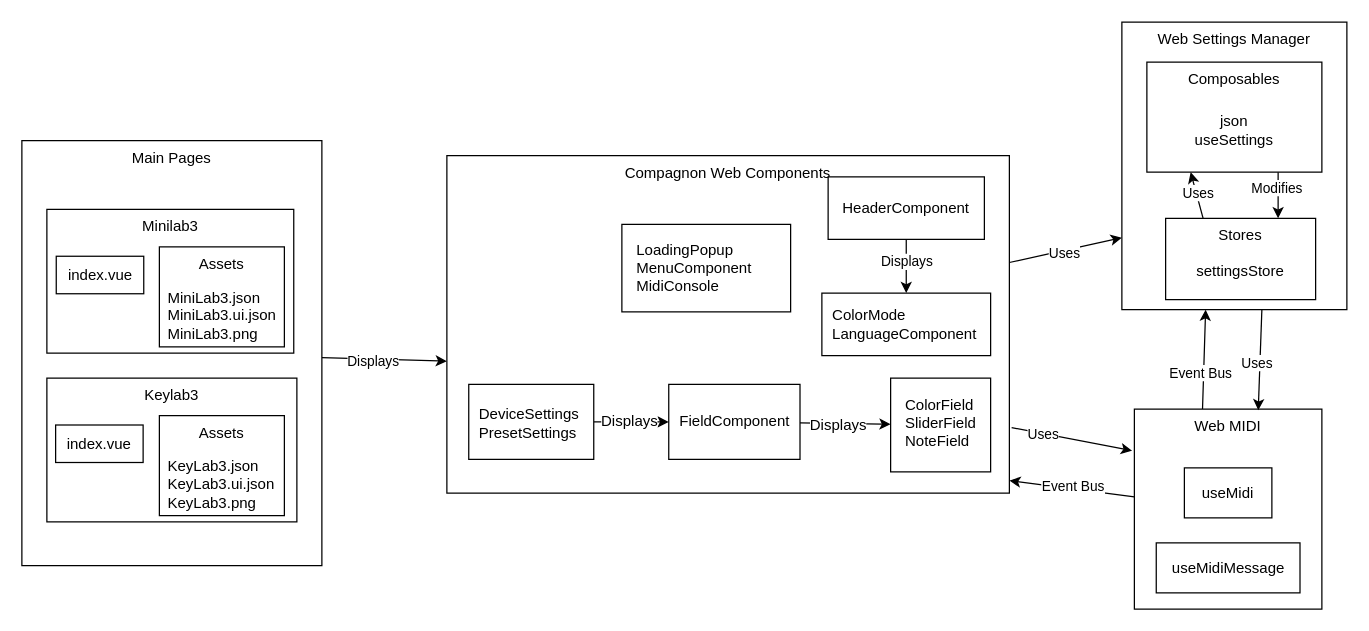
The draw.io diagram drawio/mcc copy 3.drawio in ThomasColin1/rapport_pfe, before the edit. Source tidied: cells renumbered, new cells numbered last; positions are measured from the earlier drawing's top-left corner, leaving out a move shared by most shapes. Both pictures are drawn from the tidied source at 125%, with x=0, y=0 at pixel (21, 21).
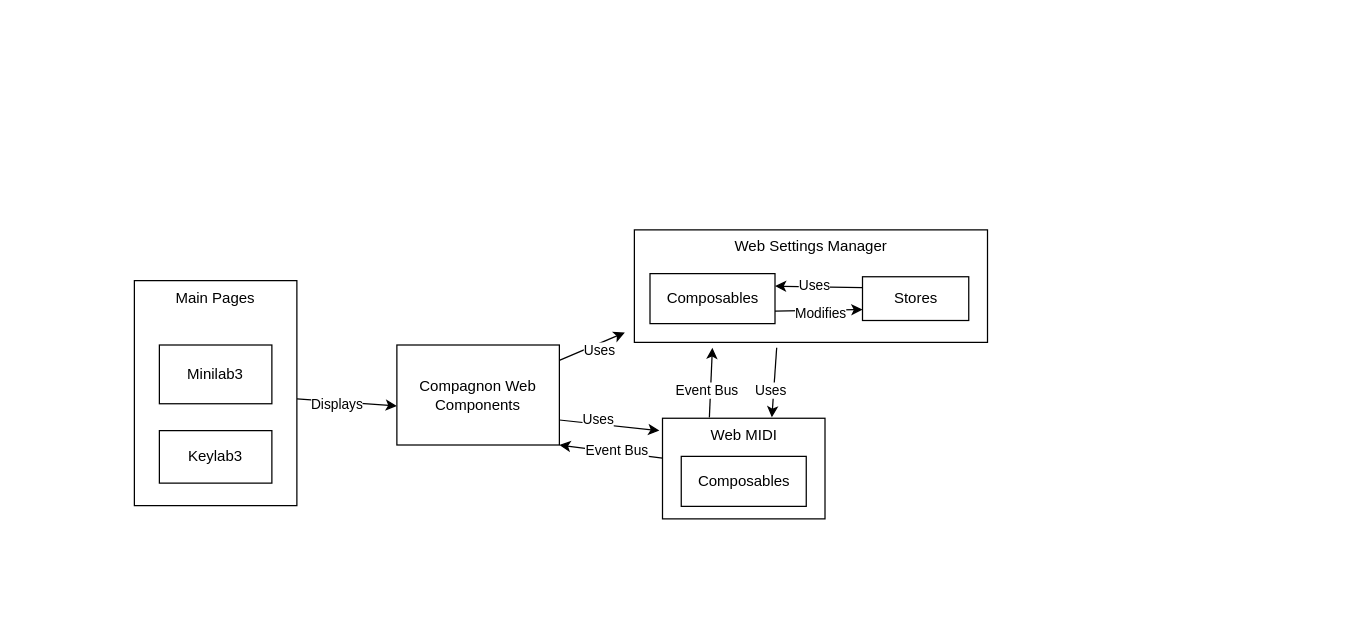
Above is the later version.

Change to the diagram source:
```diff
@@
     <mxCell id="4" value="Main Pages" style="whiteSpace=wrap;html=1;verticalAlign=top;" parent="1" vertex="1">
-      <mxGeometry y="95" width="240" height="340" as="geometry" />
+      <mxGeometry x="90" y="207" width="130" height="180" as="geometry" />
     </mxCell>
-    <mxCell id="5" style="edgeStyle=none;html=1;entryX=0.5;entryY=1;entryDx=0;entryDy=0;" parent="1" edge="1">
+    <mxCell id="5" style="edgeStyle=none;html=1;entryX=0.221;entryY=1.048;entryDx=0;entryDy=0;entryPerimeter=0;" parent="1" edge="1" target="12">
       <mxGeometry relative="1" as="geometry">
-        <mxPoint x="944.5" y="309.8" as="sourcePoint" />
-        <mxPoint x="947" y="230.2" as="targetPoint" />
+        <mxPoint x="550" y="316.4" as="sourcePoint" />
       </mxGeometry>
     </mxCell>
@@
-    <mxCell id="7" style="edgeStyle=none;html=1;" parent="1" edge="1" source="9">
-      <mxGeometry relative="1" as="geometry">
-        <mxPoint x="790" y="367" as="targetPoint" />
-      </mxGeometry>
+    <mxCell id="7" style="edgeStyle=none;html=1;entryX=1;entryY=1;entryDx=0;entryDy=0;" parent="1" edge="1" source="9" target="15">
+      <mxGeometry relative="1" as="geometry" />
     </mxCell>
@@
     <mxCell id="9" value="Web MIDI" style="whiteSpace=wrap;html=1;verticalAlign=top;" parent="1" vertex="1">
-      <mxGeometry x="890" y="309.8" width="150" height="160" as="geometry" />
+      <mxGeometry x="512.5" y="317.1" width="130" height="80.5" as="geometry" />
     </mxCell>
-    <mxCell id="10" style="edgeStyle=none;html=1;exitX=0.75;exitY=1;exitDx=0;exitDy=0;entryX=0.814;entryY=0.006;entryDx=0;entryDy=0;entryPerimeter=0;" parent="1" edge="1">
+    <mxCell id="10" style="edgeStyle=none;html=1;exitX=0.403;exitY=1.048;exitDx=0;exitDy=0;exitPerimeter=0;" parent="1" edge="1" source="12">
       <mxGeometry relative="1" as="geometry">
-        <mxPoint x="992" y="230.2" as="sourcePoint" />
-        <mxPoint x="989.1" y="310.7" as="targetPoint" />
+        <mxPoint x="600" y="316.4" as="targetPoint" />
       </mxGeometry>
     </mxCell>
@@
     <mxCell id="12" value="Web Settings Manager" style="whiteSpace=wrap;html=1;verticalAlign=top;" parent="1" vertex="1">
-      <mxGeometry x="880" y="0.2" width="180" height="230" as="geometry" />
+      <mxGeometry x="490" y="166.4" width="282.5" height="90" as="geometry" />
     </mxCell>
-    <mxCell id="13" style="edgeStyle=none;html=1;entryX=0;entryY=0.75;entryDx=0;entryDy=0;" parent="1" edge="1" source="15" target="12">
+    <mxCell id="13" style="edgeStyle=none;html=1;entryX=-0.027;entryY=0.913;entryDx=0;entryDy=0;entryPerimeter=0;" parent="1" edge="1" source="15" target="12">
       <mxGeometry relative="1" as="geometry" />
     </mxCell>
@@
-    <mxCell id="15" value="Compagnon Web Components" style="whiteSpace=wrap;html=1;verticalAlign=top;" parent="1" vertex="1">
-      <mxGeometry x="340" y="107" width="450" height="270" as="geometry" />
+    <mxCell id="15" value="Compagnon Web Components" style="whiteSpace=wrap;html=1;verticalAlign=middle;" parent="1" vertex="1">
+      <mxGeometry x="300" y="258.5" width="130" height="80" as="geometry" />
     </mxCell>
-    <mxCell id="16" style="edgeStyle=none;html=1;entryX=0.75;entryY=0;entryDx=0;entryDy=0;exitX=0.75;exitY=1;exitDx=0;exitDy=0;" parent="1" edge="1" source="18" target="21">
+    <mxCell id="16" style="edgeStyle=none;html=1;entryX=0;entryY=0.75;entryDx=0;entryDy=0;exitX=1;exitY=0.75;exitDx=0;exitDy=0;" parent="1" edge="1" source="18" target="21">
       <mxGeometry relative="1" as="geometry" />
     </mxCell>
     <mxCell id="17" value="Modifies" style="edgeLabel;html=1;align=center;verticalAlign=middle;" parent="16" vertex="1">
-      <mxGeometry x="-0.33" y="-2" relative="1" as="geometry" />
+      <mxGeometry x="-0.33" y="-2" relative="1" as="geometry">
+        <mxPoint x="13" as="offset" />
+      </mxGeometry>
     </mxCell>
-    <mxCell id="18" value="Composables" style="whiteSpace=wrap;html=1;verticalAlign=top;" parent="1" vertex="1">
-      <mxGeometry x="900" y="32.2" width="140" height="88" as="geometry" />
+    <mxCell id="18" value="Composables" style="whiteSpace=wrap;html=1;verticalAlign=middle;" parent="1" vertex="1">
+      <mxGeometry x="502.5" y="201.4" width="100" height="40" as="geometry" />
     </mxCell>
-    <mxCell id="19" style="edgeStyle=none;html=1;entryX=0.25;entryY=1;entryDx=0;entryDy=0;exitX=0.25;exitY=0;exitDx=0;exitDy=0;" parent="1" edge="1" source="21" target="18">
+    <mxCell id="19" style="edgeStyle=none;html=1;entryX=1;entryY=0.25;entryDx=0;entryDy=0;exitX=0;exitY=0.25;exitDx=0;exitDy=0;" parent="1" edge="1" source="21" target="18">
       <mxGeometry relative="1" as="geometry" />
     </mxCell>
@@
-    <mxCell id="21" value="Stores&lt;br&gt;" style="whiteSpace=wrap;html=1;verticalAlign=top;" parent="1" vertex="1">
-      <mxGeometry x="915" y="157.2" width="120" height="65" as="geometry" />
+    <mxCell id="21" value="Stores&lt;br&gt;" style="whiteSpace=wrap;html=1;verticalAlign=middle;" parent="1" vertex="1">
+      <mxGeometry x="672.5" y="203.9" width="85" height="35" as="geometry" />
     </mxCell>
-    <mxCell id="22" value="Minilab3" style="whiteSpace=wrap;html=1;verticalAlign=top;" parent="1" vertex="1">
-      <mxGeometry x="20" y="150" width="197.5" height="115" as="geometry" />
+    <mxCell id="22" value="Minilab3" style="whiteSpace=wrap;html=1;verticalAlign=middle;" parent="1" vertex="1">
+      <mxGeometry x="110" y="258.5" width="90" height="47" as="geometry" />
     </mxCell>
-    <mxCell id="23" value="index.vue" style="text;strokeColor=default;align=center;fillColor=none;html=1;verticalAlign=middle;whiteSpace=wrap;rounded=0;" parent="1" vertex="1">
-      <mxGeometry x="27.5" y="187.5" width="70" height="30" as="geometry" />
-    </mxCell>
-    <mxCell id="24" value="settingsStore" style="text;strokeColor=none;align=center;fillColor=none;html=1;verticalAlign=middle;whiteSpace=wrap;rounded=0;" parent="1" vertex="1">
-      <mxGeometry x="925" y="177.2" width="100" height="45" as="geometry" />
-    </mxCell>
-    <mxCell id="25" style="whiteSpace=wrap;html=1;strokeWidth=1;fontSize=12;verticalAlign=top;" parent="1" vertex="1">
-      <mxGeometry x="695" y="285" width="80" height="75" as="geometry" />
-    </mxCell>
-    <mxCell id="26" value="ColorField&lt;br style=&quot;font-size: 12px;&quot;&gt;SliderField&lt;br style=&quot;font-size: 12px;&quot;&gt;NoteField" style="text;strokeColor=none;align=left;fillColor=none;html=1;verticalAlign=top;whiteSpace=wrap;rounded=0;spacingTop=0;fontSize=12;spacing=2;strokeWidth=1;" parent="1" vertex="1">
-      <mxGeometry x="705" y="292.5" width="60" height="60" as="geometry" />
-    </mxCell>
-    <mxCell id="27" style="edgeStyle=none;html=1;fontSize=12;" parent="1" edge="1" source="29" target="25">
-      <mxGeometry relative="1" as="geometry" />
-    </mxCell>
-    <mxCell id="28" value="Displays" style="edgeLabel;html=1;align=center;verticalAlign=middle;fontSize=12;" parent="27" vertex="1">
-      <mxGeometry x="-0.17" y="-1" relative="1" as="geometry" />
-    </mxCell>
-    <mxCell id="29" value="FieldComponent" style="whiteSpace=wrap;html=1;strokeWidth=1;fontSize=12;verticalAlign=middle;" parent="1" vertex="1">
-      <mxGeometry x="517.5" y="290" width="105" height="60" as="geometry" />
-    </mxCell>
-    <mxCell id="30" style="edgeStyle=none;html=1;entryX=0;entryY=0.5;entryDx=0;entryDy=0;fontSize=12;" parent="1" edge="1" source="32" target="29">
-      <mxGeometry relative="1" as="geometry" />
-    </mxCell>
-    <mxCell id="31" value="Displays" style="edgeLabel;html=1;align=center;verticalAlign=middle;fontSize=12;" parent="30" vertex="1">
-      <mxGeometry x="-0.28" y="1" relative="1" as="geometry">
-        <mxPoint x="6" as="offset" />
-      </mxGeometry>
-    </mxCell>
-    <mxCell id="32" style="whiteSpace=wrap;html=1;strokeWidth=1;fontSize=12;verticalAlign=top;" parent="1" vertex="1">
-      <mxGeometry x="357.5" y="290" width="100" height="60" as="geometry" />
-    </mxCell>
-    <mxCell id="33" value="&lt;div style=&quot;&quot;&gt;&lt;span style=&quot;background-color: initial;&quot;&gt;DeviceSettings&lt;/span&gt;&lt;/div&gt;&lt;span style=&quot;&quot;&gt;PresetSettings&lt;/span&gt;&lt;span style=&quot;&quot;&gt;&lt;br&gt;&lt;/span&gt;" style="text;strokeColor=none;align=left;fillColor=none;html=1;verticalAlign=middle;whiteSpace=wrap;rounded=0;strokeWidth=1;fontSize=12;" parent="1" vertex="1">
-      <mxGeometry x="363.5" y="305.5" width="90" height="30" as="geometry" />
-    </mxCell>
-    <mxCell id="34" style="whiteSpace=wrap;html=1;strokeWidth=1;fontSize=12;" parent="1" vertex="1">
-      <mxGeometry x="480" y="162" width="135" height="70" as="geometry" />
-    </mxCell>
-    <mxCell id="35" value="LoadingPopup&lt;br style=&quot;font-size: 12px;&quot;&gt;MenuComponent&lt;br style=&quot;font-size: 12px;&quot;&gt;MidiConsole" style="text;strokeColor=none;align=left;fillColor=none;html=1;verticalAlign=top;whiteSpace=wrap;rounded=0;spacingTop=0;fontSize=12;spacing=2;strokeWidth=1;" parent="1" vertex="1">
-      <mxGeometry x="490" y="169.2" width="125" height="50" as="geometry" />
-    </mxCell>
-    <mxCell id="36" value="useMidi" style="whiteSpace=wrap;html=1;strokeWidth=1;fontSize=12;" parent="1" vertex="1">
-      <mxGeometry x="930" y="356.8" width="70" height="40" as="geometry" />
-    </mxCell>
-    <mxCell id="37" value="useMidiMessage" style="whiteSpace=wrap;html=1;strokeWidth=1;fontSize=12;" parent="1" vertex="1">
-      <mxGeometry x="907.5" y="416.8" width="115" height="40" as="geometry" />
-    </mxCell>
-    <mxCell id="38" value="json&lt;br&gt;useSettings" style="whiteSpace=wrap;html=1;strokeWidth=1;fontSize=12;strokeColor=none;" parent="1" vertex="1">
-      <mxGeometry x="915" y="67.2" width="110" height="40" as="geometry" />
-    </mxCell>
-    <mxCell id="39" style="edgeStyle=none;html=1;entryX=-0.012;entryY=0.208;entryDx=0;entryDy=0;entryPerimeter=0;exitX=1.004;exitY=0.806;exitDx=0;exitDy=0;exitPerimeter=0;" parent="1" edge="1" source="15" target="9">
-      <mxGeometry relative="1" as="geometry" />
+    <mxCell id="39" style="edgeStyle=none;html=1;exitX=1;exitY=0.75;exitDx=0;exitDy=0;" parent="1" edge="1" source="15">
+      <mxGeometry relative="1" as="geometry">
+        <mxPoint x="510" y="327" as="targetPoint" />
+      </mxGeometry>
     </mxCell>
     <mxCell id="40" value="Uses" style="edgeLabel;html=1;align=center;verticalAlign=middle;" parent="39" vertex="1">
       <mxGeometry x="-0.39" y="4" relative="1" as="geometry">
-        <mxPoint x="-6" y="3" as="offset" />
+        <mxPoint x="5" as="offset" />
       </mxGeometry>
     </mxCell>
-    <mxCell id="41" style="edgeStyle=none;html=1;endArrow=classic;endFill=1;" parent="1" edge="1" source="43" target="50">
-      <mxGeometry relative="1" as="geometry" />
-    </mxCell>
-    <mxCell id="42" value="Displays" style="edgeLabel;html=1;align=center;verticalAlign=middle;" parent="41" vertex="1">
-      <mxGeometry x="-0.21" relative="1" as="geometry" />
-    </mxCell>
-    <mxCell id="43" value="HeaderComponent" style="whiteSpace=wrap;html=1;strokeWidth=1;fontSize=12;" parent="1" vertex="1">
-      <mxGeometry x="645" y="124" width="125" height="50" as="geometry" />
-    </mxCell>
-    <mxCell id="44" value="Keylab3" style="whiteSpace=wrap;html=1;verticalAlign=top;" parent="1" vertex="1">
-      <mxGeometry x="20" y="285" width="200" height="115" as="geometry" />
+    <mxCell id="44" value="Keylab3" style="whiteSpace=wrap;html=1;verticalAlign=middle;" parent="1" vertex="1">
+      <mxGeometry x="110" y="327" width="90" height="42" as="geometry" />
     </mxCell>
-    <mxCell id="45" value="Assets" style="text;strokeColor=default;align=center;fillColor=none;html=1;verticalAlign=top;whiteSpace=wrap;rounded=0;" parent="1" vertex="1">
-      <mxGeometry x="110" y="180" width="100" height="80" as="geometry" />
-    </mxCell>
-    <mxCell id="46" value="MiniLab3.json&lt;br&gt;MiniLab3.ui.json&lt;br&gt;MiniLab3.png" style="text;html=1;align=left;verticalAlign=middle;strokeColor=none;fillColor=none;" parent="1" vertex="1">
-      <mxGeometry x="115" y="205" width="110" height="60" as="geometry" />
-    </mxCell>
-    <mxCell id="47" value="index.vue" style="text;strokeColor=default;align=center;fillColor=none;html=1;verticalAlign=middle;whiteSpace=wrap;rounded=0;" parent="1" vertex="1">
-      <mxGeometry x="27" y="322.5" width="70" height="30" as="geometry" />
-    </mxCell>
-    <mxCell id="48" value="Assets" style="text;strokeColor=default;align=center;fillColor=none;html=1;verticalAlign=top;whiteSpace=wrap;rounded=0;" parent="1" vertex="1">
-      <mxGeometry x="110" y="315" width="100" height="80" as="geometry" />
-    </mxCell>
-    <mxCell id="49" value="KeyLab3.json&lt;br&gt;KeyLab3.ui.json&lt;br&gt;KeyLab3.png" style="text;html=1;align=left;verticalAlign=middle;strokeColor=none;fillColor=none;" parent="1" vertex="1">
-      <mxGeometry x="115" y="340" width="110" height="60" as="geometry" />
-    </mxCell>
-    <mxCell id="50" value="&amp;nbsp; ColorMode&lt;br&gt;&amp;nbsp; LanguageComponent" style="whiteSpace=wrap;html=1;strokeWidth=1;fontSize=12;align=left;" parent="1" vertex="1">
-      <mxGeometry x="640" y="217" width="135" height="50" as="geometry" />
-    </mxCell>
+    <mxCell id="51" value="Composables" style="whiteSpace=wrap;html=1;verticalAlign=middle;" parent="1" vertex="1">
+      <mxGeometry x="527.5" y="347.6" width="100" height="40" as="geometry" />
+    </mxCell>
```
